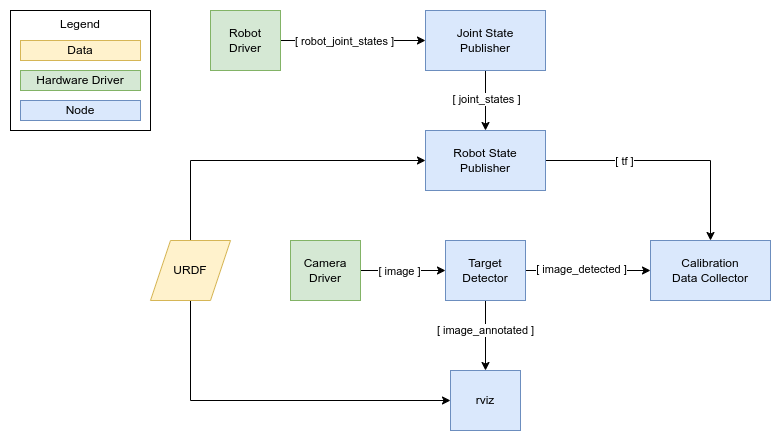
This is docs/architecture.png from ros-industrial/industrial_calibration_ros2, a draw.io export, as it was before one commit. Source tidied: cells renumbered, new cells last; positions are measured from the earlier drawing's top-left corner, leaving out a move shared by most shapes. Its diagram source:
```xml
<mxGraphModel>
  <root>
    <mxCell id="0" />
    <mxCell id="1" parent="0" />
    <mxCell id="2" value="Legend" style="rounded=0;whiteSpace=wrap;html=1;verticalAlign=top;" parent="1" vertex="1">
      <mxGeometry width="140" height="120" as="geometry" />
    </mxCell>
    <mxCell id="3" style="edgeStyle=orthogonalEdgeStyle;rounded=0;jettySize=auto;html=1;entryX=0;entryY=0.5;entryDx=0;entryDy=0;" parent="1" edge="1" source="5" target="10">
      <mxGeometry relative="1" as="geometry" />
    </mxCell>
    <mxCell id="4" value="[ image ]" style="edgeLabel;html=1;align=center;verticalAlign=middle;" parent="3" vertex="1">
      <mxGeometry x="0.08" y="-1" relative="1" as="geometry">
        <mxPoint x="-8" y="-1" as="offset" />
      </mxGeometry>
    </mxCell>
    <mxCell id="5" value="Camera&lt;br&gt;Driver" style="rounded=0;whiteSpace=wrap;html=1;fillColor=#d5e8d4;strokeColor=#82b366;" parent="1" vertex="1">
      <mxGeometry x="280" y="230" width="70" height="60" as="geometry" />
    </mxCell>
    <mxCell id="6" style="edgeStyle=orthogonalEdgeStyle;rounded=0;jettySize=auto;html=1;" parent="1" edge="1" source="10" target="11">
      <mxGeometry relative="1" as="geometry" />
    </mxCell>
    <mxCell id="7" value="[ image_detected ]" style="edgeLabel;html=1;align=center;verticalAlign=middle;" parent="6" vertex="1">
      <mxGeometry x="-0.36" y="-1" relative="1" as="geometry">
        <mxPoint x="15" y="-3" as="offset" />
      </mxGeometry>
    </mxCell>
    <mxCell id="8" style="edgeStyle=orthogonalEdgeStyle;rounded=0;jettySize=auto;html=1;exitX=0.5;exitY=1;exitDx=0;exitDy=0;" parent="1" edge="1" source="10" target="24">
      <mxGeometry relative="1" as="geometry" />
    </mxCell>
    <mxCell id="9" value="[ image_annotated ]" style="edgeLabel;html=1;align=center;verticalAlign=middle;" parent="8" vertex="1">
      <mxGeometry x="-0.18" y="-1" relative="1" as="geometry" />
    </mxCell>
    <mxCell id="10" value="Target&lt;br&gt;Detector" style="rounded=0;whiteSpace=wrap;html=1;fillColor=#dae8fc;strokeColor=#6c8ebf;" parent="1" vertex="1">
      <mxGeometry x="435" y="230" width="80" height="60" as="geometry" />
    </mxCell>
    <mxCell id="11" value="Calibration&lt;br&gt;Data Collector" style="rounded=0;whiteSpace=wrap;html=1;fillColor=#dae8fc;strokeColor=#6c8ebf;" parent="1" vertex="1">
      <mxGeometry x="640" y="230" width="120" height="60" as="geometry" />
    </mxCell>
    <mxCell id="12" style="edgeStyle=orthogonalEdgeStyle;rounded=0;jettySize=auto;html=1;exitX=0.5;exitY=1;exitDx=0;exitDy=0;" parent="1" edge="1" source="14" target="24">
      <mxGeometry relative="1" as="geometry">
        <Array as="points">
          <mxPoint x="180" y="390" />
        </Array>
      </mxGeometry>
    </mxCell>
    <mxCell id="13" style="edgeStyle=orthogonalEdgeStyle;rounded=0;jettySize=auto;html=1;entryX=0;entryY=0.5;entryDx=0;entryDy=0;exitX=0.5;exitY=0;exitDx=0;exitDy=0;" parent="1" edge="1" source="14" target="20">
      <mxGeometry relative="1" as="geometry">
        <Array as="points">
          <mxPoint x="180" y="150" />
        </Array>
      </mxGeometry>
    </mxCell>
    <mxCell id="14" value="URDF" style="shape=parallelogram;perimeter=parallelogramPerimeter;whiteSpace=wrap;html=1;fixedSize=1;fillColor=#fff2cc;strokeColor=#d6b656;" parent="1" vertex="1">
      <mxGeometry x="140" y="230" width="80" height="60" as="geometry" />
    </mxCell>
    <mxCell id="15" style="edgeStyle=orthogonalEdgeStyle;rounded=0;jettySize=auto;html=1;entryX=0.5;entryY=0;entryDx=0;entryDy=0;" parent="1" edge="1" source="17" target="20">
      <mxGeometry relative="1" as="geometry" />
    </mxCell>
    <mxCell id="16" value="[ joint_states ]" style="edgeLabel;html=1;align=center;verticalAlign=middle;" parent="15" vertex="1">
      <mxGeometry x="-0.07" relative="1" as="geometry" />
    </mxCell>
    <mxCell id="17" value="Joint State&lt;br&gt;Publisher" style="rounded=0;whiteSpace=wrap;html=1;fillColor=#dae8fc;strokeColor=#6c8ebf;" parent="1" vertex="1">
      <mxGeometry x="415" width="120" height="60" as="geometry" />
    </mxCell>
    <mxCell id="18" style="edgeStyle=orthogonalEdgeStyle;rounded=0;jettySize=auto;html=1;" parent="1" edge="1" source="20" target="11">
      <mxGeometry relative="1" as="geometry" />
    </mxCell>
    <mxCell id="19" value="[ tf ]" style="edgeLabel;html=1;align=center;verticalAlign=middle;" parent="18" vertex="1">
      <mxGeometry x="-0.45" y="-4" relative="1" as="geometry">
        <mxPoint x="11" y="-4" as="offset" />
      </mxGeometry>
    </mxCell>
    <mxCell id="20" value="Robot State&lt;br&gt;Publisher" style="rounded=0;whiteSpace=wrap;html=1;fillColor=#dae8fc;strokeColor=#6c8ebf;" parent="1" vertex="1">
      <mxGeometry x="415" y="120" width="120" height="60" as="geometry" />
    </mxCell>
    <mxCell id="21" style="edgeStyle=orthogonalEdgeStyle;rounded=0;jettySize=auto;html=1;" parent="1" edge="1" source="23" target="17">
      <mxGeometry relative="1" as="geometry" />
    </mxCell>
    <mxCell id="22" value="[ robot_joint_states ]" style="edgeLabel;html=1;align=center;verticalAlign=middle;" parent="21" vertex="1">
      <mxGeometry x="-0.22" y="3" relative="1" as="geometry">
        <mxPoint x="7" y="3" as="offset" />
      </mxGeometry>
    </mxCell>
    <mxCell id="23" value="Robot&lt;br&gt;Driver" style="rounded=0;whiteSpace=wrap;html=1;fillColor=#d5e8d4;strokeColor=#82b366;" parent="1" vertex="1">
      <mxGeometry x="200" width="70" height="60" as="geometry" />
    </mxCell>
    <mxCell id="24" value="rviz" style="rounded=0;whiteSpace=wrap;html=1;fillColor=#dae8fc;strokeColor=#6c8ebf;" parent="1" vertex="1">
      <mxGeometry x="440" y="360" width="70" height="60" as="geometry" />
    </mxCell>
    <mxCell id="25" value="Data" style="rounded=0;whiteSpace=wrap;html=1;fillColor=#fff2cc;strokeColor=#d6b656;" parent="1" vertex="1">
      <mxGeometry x="10" y="30" width="120" height="20" as="geometry" />
    </mxCell>
    <mxCell id="26" value="Hardware Driver" style="rounded=0;whiteSpace=wrap;html=1;fillColor=#d5e8d4;strokeColor=#82b366;" parent="1" vertex="1">
      <mxGeometry x="10" y="60" width="120" height="20" as="geometry" />
    </mxCell>
    <mxCell id="27" value="Node" style="rounded=0;whiteSpace=wrap;html=1;fillColor=#dae8fc;strokeColor=#6c8ebf;" parent="1" vertex="1">
      <mxGeometry x="10" y="90" width="120" height="20" as="geometry" />
    </mxCell>
  </root>
</mxGraphModel>
```
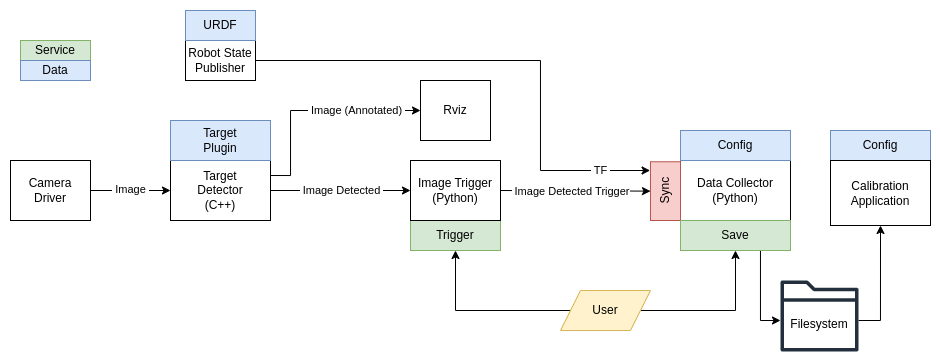
Above is the later version.

Commit message:
Updated architecture diagram

Change to the diagram source:
```diff
@@ -2,99 +2,152 @@
   <root>
     <mxCell id="0" />
     <mxCell id="1" parent="0" />
-    <mxCell id="2" value="Legend" style="rounded=0;whiteSpace=wrap;html=1;verticalAlign=top;" parent="1" vertex="1">
-      <mxGeometry width="140" height="120" as="geometry" />
-    </mxCell>
-    <mxCell id="3" style="edgeStyle=orthogonalEdgeStyle;rounded=0;jettySize=auto;html=1;entryX=0;entryY=0.5;entryDx=0;entryDy=0;" parent="1" edge="1" source="5" target="10">
-      <mxGeometry relative="1" as="geometry" />
-    </mxCell>
-    <mxCell id="4" value="[ image ]" style="edgeLabel;html=1;align=center;verticalAlign=middle;" parent="3" vertex="1">
-      <mxGeometry x="0.08" y="-1" relative="1" as="geometry">
-        <mxPoint x="-8" y="-1" as="offset" />
-      </mxGeometry>
-    </mxCell>
-    <mxCell id="5" value="Camera&lt;br&gt;Driver" style="rounded=0;whiteSpace=wrap;html=1;fillColor=#d5e8d4;strokeColor=#82b366;" parent="1" vertex="1">
-      <mxGeometry x="280" y="230" width="70" height="60" as="geometry" />
+    <mxCell id="5" value="Camera&lt;br&gt;Driver" style="rounded=0;whiteSpace=wrap;html=1;" parent="1" vertex="1">
+      <mxGeometry x="30" y="50" width="80" height="60" as="geometry" />
     </mxCell>
-    <mxCell id="6" style="edgeStyle=orthogonalEdgeStyle;rounded=0;jettySize=auto;html=1;" parent="1" edge="1" source="10" target="11">
-      <mxGeometry relative="1" as="geometry" />
-    </mxCell>
-    <mxCell id="7" value="[ image_detected ]" style="edgeLabel;html=1;align=center;verticalAlign=middle;" parent="6" vertex="1">
-      <mxGeometry x="-0.36" y="-1" relative="1" as="geometry">
-        <mxPoint x="15" y="-3" as="offset" />
-      </mxGeometry>
-    </mxCell>
-    <mxCell id="8" style="edgeStyle=orthogonalEdgeStyle;rounded=0;jettySize=auto;html=1;exitX=0.5;exitY=1;exitDx=0;exitDy=0;" parent="1" edge="1" source="10" target="24">
-      <mxGeometry relative="1" as="geometry" />
-    </mxCell>
-    <mxCell id="9" value="[ image_annotated ]" style="edgeLabel;html=1;align=center;verticalAlign=middle;" parent="8" vertex="1">
-      <mxGeometry x="-0.18" y="-1" relative="1" as="geometry" />
-    </mxCell>
-    <mxCell id="10" value="Target&lt;br&gt;Detector" style="rounded=0;whiteSpace=wrap;html=1;fillColor=#dae8fc;strokeColor=#6c8ebf;" parent="1" vertex="1">
-      <mxGeometry x="435" y="230" width="80" height="60" as="geometry" />
-    </mxCell>
-    <mxCell id="11" value="Calibration&lt;br&gt;Data Collector" style="rounded=0;whiteSpace=wrap;html=1;fillColor=#dae8fc;strokeColor=#6c8ebf;" parent="1" vertex="1">
-      <mxGeometry x="640" y="230" width="120" height="60" as="geometry" />
-    </mxCell>
-    <mxCell id="12" style="edgeStyle=orthogonalEdgeStyle;rounded=0;jettySize=auto;html=1;exitX=0.5;exitY=1;exitDx=0;exitDy=0;" parent="1" edge="1" source="14" target="24">
-      <mxGeometry relative="1" as="geometry">
-        <Array as="points">
-          <mxPoint x="180" y="390" />
-        </Array>
-      </mxGeometry>
-    </mxCell>
-    <mxCell id="13" style="edgeStyle=orthogonalEdgeStyle;rounded=0;jettySize=auto;html=1;entryX=0;entryY=0.5;entryDx=0;entryDy=0;exitX=0.5;exitY=0;exitDx=0;exitDy=0;" parent="1" edge="1" source="14" target="20">
-      <mxGeometry relative="1" as="geometry">
-        <Array as="points">
-          <mxPoint x="180" y="150" />
-        </Array>
-      </mxGeometry>
-    </mxCell>
+    <mxCell id="28" style="edgeStyle=orthogonalEdgeStyle;rounded=0;jettySize=auto;html=1;entryX=0;entryY=0.5;entryDx=0;entryDy=0;exitX=1;exitY=0.25;exitDx=0;exitDy=0;" parent="1" edge="1" source="30" target="31">
+      <mxGeometry relative="1" as="geometry">
+        <Array as="points">
+          <mxPoint x="310" y="65" />
+          <mxPoint x="310" />
+        </Array>
+      </mxGeometry>
+    </mxCell>
+    <mxCell id="29" value="&amp;nbsp;Image (Annotated)&amp;nbsp;" style="edgeLabel;html=1;align=center;verticalAlign=middle;" parent="28" vertex="1">
+      <mxGeometry x="0.45" y="-1" relative="1" as="geometry">
+        <mxPoint x="-5" y="-1" as="offset" />
+      </mxGeometry>
+    </mxCell>
+    <mxCell id="30" value="Target&lt;br&gt;Detector&lt;br&gt;(C++)" style="rounded=0;whiteSpace=wrap;html=1;" parent="1" vertex="1">
+      <mxGeometry x="190" y="50" width="100" height="60" as="geometry" />
+    </mxCell>
+    <mxCell id="31" value="Rviz" style="rounded=0;whiteSpace=wrap;html=1;" parent="1" vertex="1">
+      <mxGeometry x="440" y="-30" width="70" height="60" as="geometry" />
+    </mxCell>
+    <mxCell id="32" value="Target&lt;br&gt;Plugin" style="rounded=0;whiteSpace=wrap;html=1;fillColor=#dae8fc;strokeColor=#6c8ebf;" parent="1" vertex="1">
+      <mxGeometry x="190" y="10" width="100" height="40" as="geometry" />
+    </mxCell>
+    <mxCell id="33" style="endArrow=classic;html=1;rounded=0;exitX=1;exitY=0.5;exitDx=0;exitDy=0;entryX=0;entryY=0.5;entryDx=0;entryDy=0;" parent="1" edge="1" source="5" target="30">
+      <mxGeometry relative="1" as="geometry" />
+    </mxCell>
+    <mxCell id="34" value="&amp;nbsp;Image&amp;nbsp;" style="edgeLabel;html=1;align=center;verticalAlign=middle;" parent="33" vertex="1">
+      <mxGeometry x="-0.03" y="1" relative="1" as="geometry">
+        <mxPoint x="1" as="offset" />
+      </mxGeometry>
+    </mxCell>
+    <mxCell id="35" style="endArrow=classic;html=1;rounded=0;exitX=1;exitY=0.5;exitDx=0;exitDy=0;entryX=0;entryY=0.5;entryDx=0;entryDy=0;" parent="1" edge="1" source="30" target="46">
+      <mxGeometry relative="1" as="geometry" />
+    </mxCell>
+    <mxCell id="36" value="&amp;nbsp;Image Detected&amp;nbsp;" style="edgeLabel;html=1;align=center;verticalAlign=middle;" parent="35" vertex="1">
+      <mxGeometry x="0.12" y="1" relative="1" as="geometry">
+        <mxPoint x="-7" y="1" as="offset" />
+      </mxGeometry>
+    </mxCell>
+    <mxCell id="37" style="edgeStyle=orthogonalEdgeStyle;rounded=0;jettySize=auto;html=1;exitX=1;exitY=0.5;exitDx=0;exitDy=0;entryX=0.839;entryY=-0.012;entryDx=0;entryDy=0;entryPerimeter=0;" parent="1" edge="1" source="20" target="59">
+      <mxGeometry relative="1" as="geometry">
+        <Array as="points">
+          <mxPoint x="560" y="-50" />
+          <mxPoint x="560" y="60" />
+          <mxPoint x="670" y="60" />
+        </Array>
+      </mxGeometry>
+    </mxCell>
+    <mxCell id="38" value="&amp;nbsp;TF&amp;nbsp;" style="edgeLabel;html=1;align=center;verticalAlign=middle;" parent="37" vertex="1">
+      <mxGeometry x="0.77" y="-3" relative="1" as="geometry">
+        <mxPoint x="8" y="-3" as="offset" />
+      </mxGeometry>
+    </mxCell>
+    <mxCell id="39" value="Service" style="rounded=0;whiteSpace=wrap;html=1;fillColor=#d5e8d4;strokeColor=#82b366;" parent="1" vertex="1">
+      <mxGeometry x="40" y="-70" width="70" height="20" as="geometry" />
+    </mxCell>
+    <mxCell id="25" value="Data" style="rounded=0;whiteSpace=wrap;html=1;fillColor=#dae8fc;strokeColor=#6c8ebf;" parent="1" vertex="1">
+      <mxGeometry x="40" y="-50" width="70" height="20" as="geometry" />
+    </mxCell>
+    <mxCell id="40" style="edgeStyle=orthogonalEdgeStyle;rounded=0;jettySize=auto;html=1;entryX=0.5;entryY=1;entryDx=0;entryDy=0;" parent="1" edge="1" source="42" target="51">
+      <mxGeometry relative="1" as="geometry">
+        <Array as="points">
+          <mxPoint x="900" y="210" />
+        </Array>
+      </mxGeometry>
+    </mxCell>
+    <mxCell id="41" style="group;" parent="1" vertex="1">
+      <mxGeometry x="800" y="170" width="78" height="71" as="geometry" />
+    </mxCell>
+    <mxCell id="42" style="sketch=0;outlineConnect=0;fontColor=#232F3E;gradientColor=none;fillColor=#232F3D;strokeColor=none;dashed=0;verticalLabelPosition=bottom;verticalAlign=top;align=center;html=1;fontSize=12;fontStyle=0;shape=mxgraph.aws4.folder;" parent="41" vertex="1">
+      <mxGeometry width="78" height="71" as="geometry" />
+    </mxCell>
+    <mxCell id="43" value="Filesystem" style="text;html=1;strokeColor=none;fillColor=none;align=center;verticalAlign=middle;whiteSpace=wrap;rounded=0;" parent="41" vertex="1">
+      <mxGeometry x="9" y="29" width="60" height="30" as="geometry" />
+    </mxCell>
+    <mxCell id="44" style="group;" parent="1" vertex="1">
+      <mxGeometry x="430" y="50" width="90" height="90" as="geometry" />
+    </mxCell>
+    <mxCell id="45" value="Trigger" style="rounded=0;whiteSpace=wrap;html=1;fillColor=#d5e8d4;strokeColor=#82b366;" parent="44" vertex="1">
+      <mxGeometry y="60" width="90" height="30" as="geometry" />
+    </mxCell>
+    <mxCell id="46" value="Image Trigger&lt;div&gt;(Python)&lt;/div&gt;" style="rounded=0;whiteSpace=wrap;html=1;" parent="44" vertex="1">
+      <mxGeometry width="90" height="60" as="geometry" />
+    </mxCell>
+    <mxCell id="47" style="endArrow=classic;html=1;rounded=0;entryX=0.5;entryY=0;entryDx=0;entryDy=0;exitX=1;exitY=0.5;exitDx=0;exitDy=0;" parent="1" edge="1" source="46" target="59">
+      <mxGeometry relative="1" as="geometry" />
+    </mxCell>
+    <mxCell id="48" value="&amp;nbsp;Image Detected Trigger" style="edgeLabel;html=1;align=center;verticalAlign=middle;" parent="47" vertex="1">
+      <mxGeometry x="-0.04" y="1" relative="1" as="geometry">
+        <mxPoint x="-2" y="1" as="offset" />
+      </mxGeometry>
+    </mxCell>
+    <mxCell id="49" style="group;" parent="1" vertex="1">
+      <mxGeometry x="850" y="20" width="100" height="95" as="geometry" />
+    </mxCell>
+    <mxCell id="50" value="Config" style="rounded=0;whiteSpace=wrap;html=1;fillColor=#dae8fc;strokeColor=#6c8ebf;" parent="49" vertex="1">
+      <mxGeometry width="100" height="30" as="geometry" />
+    </mxCell>
+    <mxCell id="51" value="Calibration&lt;br&gt;Application" style="rounded=0;whiteSpace=wrap;html=1;" parent="49" vertex="1">
+      <mxGeometry y="30" width="100" height="65" as="geometry" />
+    </mxCell>
+    <mxCell id="52" style="edgeStyle=orthogonalEdgeStyle;rounded=0;jettySize=auto;html=1;entryX=0.5;entryY=1;entryDx=0;entryDy=0;exitX=1;exitY=0.5;exitDx=0;exitDy=0;" parent="1" edge="1" source="54" target="60">
+      <mxGeometry relative="1" as="geometry">
+        <Array as="points">
+          <mxPoint x="755" y="200" />
+        </Array>
+      </mxGeometry>
+    </mxCell>
+    <mxCell id="53" style="edgeStyle=orthogonalEdgeStyle;rounded=0;jettySize=auto;html=1;entryX=0.5;entryY=1;entryDx=0;entryDy=0;" parent="1" edge="1" source="54" target="45">
+      <mxGeometry relative="1" as="geometry" />
+    </mxCell>
+    <mxCell id="54" value="User" style="shape=parallelogram;perimeter=parallelogramPerimeter;whiteSpace=wrap;html=1;fixedSize=1;fillColor=#fff2cc;strokeColor=#d6b656;" parent="1" vertex="1">
+      <mxGeometry x="580" y="180" width="90" height="40" as="geometry" />
+    </mxCell>
+    <mxCell id="55" style="edgeStyle=orthogonalEdgeStyle;rounded=0;jettySize=auto;html=1;" parent="1" edge="1" source="60" target="42">
+      <mxGeometry relative="1" as="geometry">
+        <Array as="points">
+          <mxPoint x="780" y="210" />
+        </Array>
+      </mxGeometry>
+    </mxCell>
+    <mxCell id="56" style="group;" parent="1" vertex="1">
+      <mxGeometry x="205" y="-100" width="70" height="70" as="geometry" />
+    </mxCell>
+    <mxCell id="20" value="Robot State&lt;div&gt;Publisher&lt;/div&gt;" style="rounded=0;whiteSpace=wrap;html=1;" parent="56" vertex="1">
+      <mxGeometry y="30" width="70" height="40" as="geometry" />
+    </mxCell>
-    <mxCell id="14" value="URDF" style="shape=parallelogram;perimeter=parallelogramPerimeter;whiteSpace=wrap;html=1;fixedSize=1;fillColor=#fff2cc;strokeColor=#d6b656;" parent="1" vertex="1">
-      <mxGeometry x="140" y="230" width="80" height="60" as="geometry" />
+    <mxCell id="14" value="URDF" style="rounded=0;whiteSpace=wrap;html=1;fillColor=#dae8fc;strokeColor=#6c8ebf;" parent="56" vertex="1">
+      <mxGeometry width="70" height="30" as="geometry" />
     </mxCell>
-    <mxCell id="15" style="edgeStyle=orthogonalEdgeStyle;rounded=0;jettySize=auto;html=1;entryX=0.5;entryY=0;entryDx=0;entryDy=0;" parent="1" edge="1" source="17" target="20">
-      <mxGeometry relative="1" as="geometry" />
-    </mxCell>
-    <mxCell id="16" value="[ joint_states ]" style="edgeLabel;html=1;align=center;verticalAlign=middle;" parent="15" vertex="1">
-      <mxGeometry x="-0.07" relative="1" as="geometry" />
-    </mxCell>
-    <mxCell id="17" value="Joint State&lt;br&gt;Publisher" style="rounded=0;whiteSpace=wrap;html=1;fillColor=#dae8fc;strokeColor=#6c8ebf;" parent="1" vertex="1">
-      <mxGeometry x="415" width="120" height="60" as="geometry" />
-    </mxCell>
-    <mxCell id="18" style="edgeStyle=orthogonalEdgeStyle;rounded=0;jettySize=auto;html=1;" parent="1" edge="1" source="20" target="11">
-      <mxGeometry relative="1" as="geometry" />
-    </mxCell>
-    <mxCell id="19" value="[ tf ]" style="edgeLabel;html=1;align=center;verticalAlign=middle;" parent="18" vertex="1">
-      <mxGeometry x="-0.45" y="-4" relative="1" as="geometry">
-        <mxPoint x="11" y="-4" as="offset" />
-      </mxGeometry>
-    </mxCell>
-    <mxCell id="20" value="Robot State&lt;br&gt;Publisher" style="rounded=0;whiteSpace=wrap;html=1;fillColor=#dae8fc;strokeColor=#6c8ebf;" parent="1" vertex="1">
-      <mxGeometry x="415" y="120" width="120" height="60" as="geometry" />
-    </mxCell>
-    <mxCell id="21" style="edgeStyle=orthogonalEdgeStyle;rounded=0;jettySize=auto;html=1;" parent="1" edge="1" source="23" target="17">
-      <mxGeometry relative="1" as="geometry" />
-    </mxCell>
-    <mxCell id="22" value="[ robot_joint_states ]" style="edgeLabel;html=1;align=center;verticalAlign=middle;" parent="21" vertex="1">
-      <mxGeometry x="-0.22" y="3" relative="1" as="geometry">
-        <mxPoint x="7" y="3" as="offset" />
-      </mxGeometry>
-    </mxCell>
-    <mxCell id="23" value="Robot&lt;br&gt;Driver" style="rounded=0;whiteSpace=wrap;html=1;fillColor=#d5e8d4;strokeColor=#82b366;" parent="1" vertex="1">
-      <mxGeometry x="200" width="70" height="60" as="geometry" />
-    </mxCell>
-    <mxCell id="24" value="rviz" style="rounded=0;whiteSpace=wrap;html=1;fillColor=#dae8fc;strokeColor=#6c8ebf;" parent="1" vertex="1">
-      <mxGeometry x="440" y="360" width="70" height="60" as="geometry" />
-    </mxCell>
-    <mxCell id="25" value="Data" style="rounded=0;whiteSpace=wrap;html=1;fillColor=#fff2cc;strokeColor=#d6b656;" parent="1" vertex="1">
-      <mxGeometry x="10" y="30" width="120" height="20" as="geometry" />
-    </mxCell>
-    <mxCell id="26" value="Hardware Driver" style="rounded=0;whiteSpace=wrap;html=1;fillColor=#d5e8d4;strokeColor=#82b366;" parent="1" vertex="1">
-      <mxGeometry x="10" y="60" width="120" height="20" as="geometry" />
-    </mxCell>
-    <mxCell id="27" value="Node" style="rounded=0;whiteSpace=wrap;html=1;fillColor=#dae8fc;strokeColor=#6c8ebf;" parent="1" vertex="1">
-      <mxGeometry x="10" y="90" width="120" height="20" as="geometry" />
-    </mxCell>
+    <mxCell id="57" style="group;" parent="1" vertex="1">
+      <mxGeometry x="670" y="20" width="140" height="120" as="geometry" />
+    </mxCell>
+    <mxCell id="58" value="Data Collector&lt;br&gt;(Python)" style="rounded=0;whiteSpace=wrap;html=1;" parent="57" vertex="1">
+      <mxGeometry x="30" y="30" width="110" height="60" as="geometry" />
+    </mxCell>
+    <mxCell id="59" value="Sync" style="rounded=0;whiteSpace=wrap;html=1;rotation=-90;fillColor=#f8cecc;strokeColor=#b85450;" parent="57" vertex="1">
+      <mxGeometry x="-14.4" y="45.6" width="58.8" height="30" as="geometry" />
+    </mxCell>
+    <mxCell id="60" value="Save" style="rounded=0;whiteSpace=wrap;html=1;fillColor=#d5e8d4;strokeColor=#82b366;" parent="57" vertex="1">
+      <mxGeometry x="30" y="90" width="110" height="30" as="geometry" />
+    </mxCell>
+    <mxCell id="61" value="Config" style="rounded=0;whiteSpace=wrap;html=1;fillColor=#dae8fc;strokeColor=#6c8ebf;" parent="57" vertex="1">
+      <mxGeometry x="30" width="110" height="30" as="geometry" />
+    </mxCell>
   </root>
 </mxGraphModel>
```
